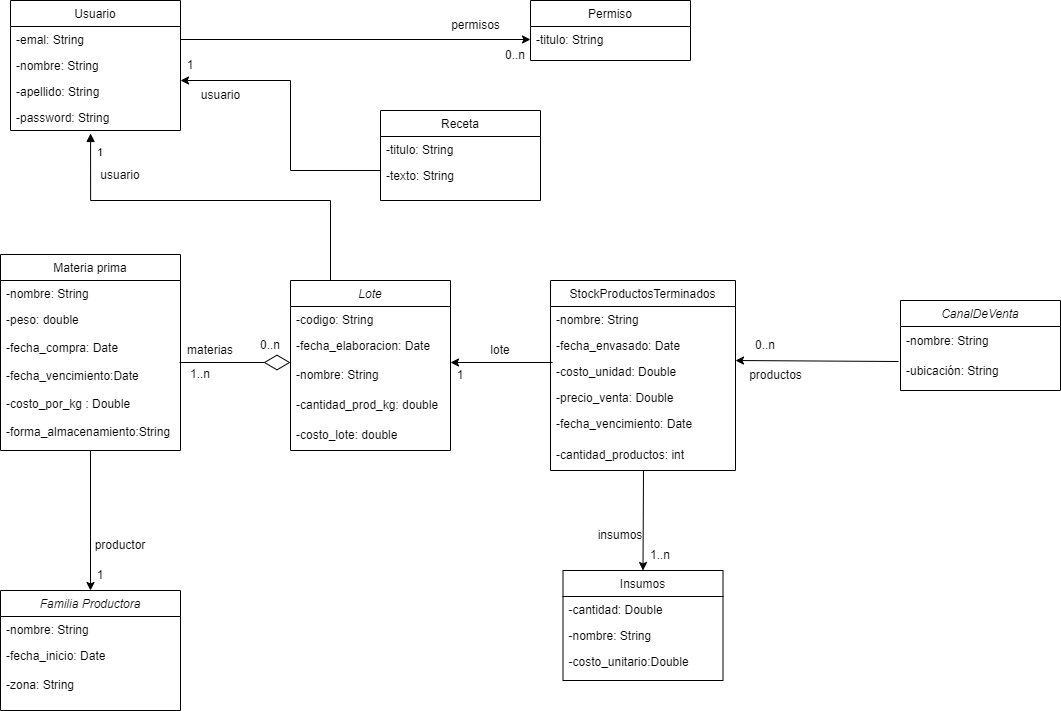
The draw.io diagram EsquemaClasesJyAA.png in federicoherce/jyaa2024_grupo9, before a commit. Source tidied: cells renumbered, new cells last; positions are measured from the earlier drawing's top-left corner, leaving out a move shared by most shapes.
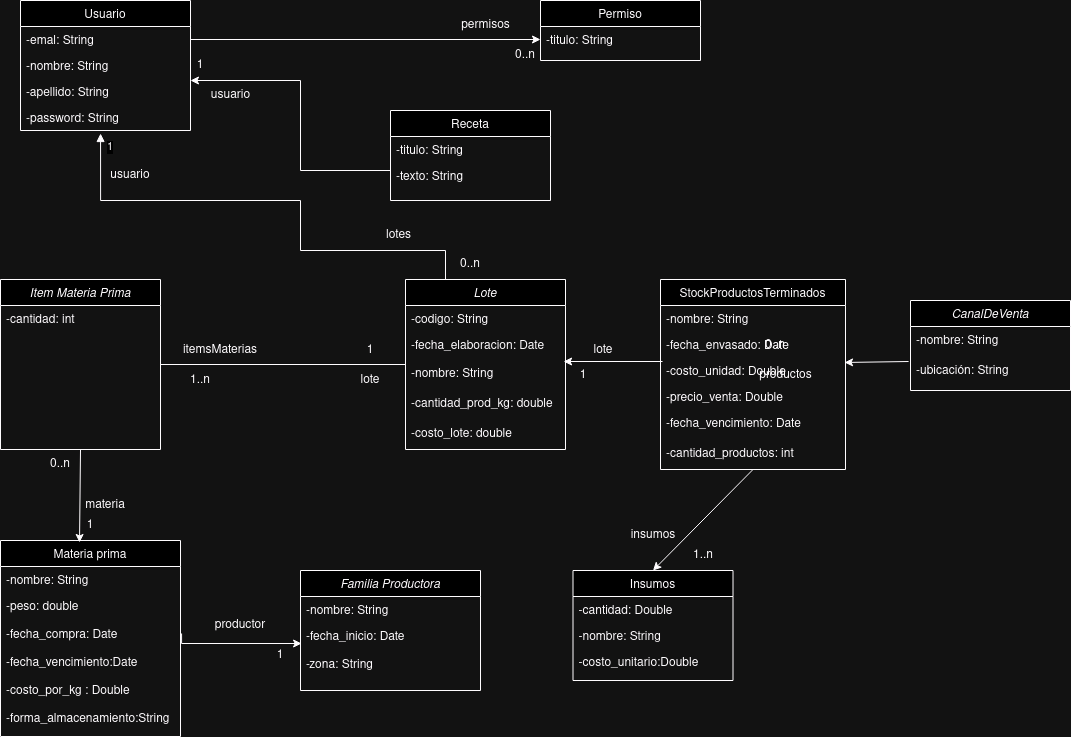
Later version of the same file.

Commit message:
modificacion uml

Change to the diagram source:
```diff
@@ -3,7 +3,7 @@
     <mxCell id="0" />
     <mxCell id="1" parent="0" />
     <mxCell id="2" value="Familia Productora" style="swimlane;fontStyle=2;align=center;verticalAlign=top;horizontal=1;startSize=26;rounded=0;shadow=0;strokeWidth=1;" parent="1" vertex="1">
-      <mxGeometry y="590" width="180" height="120" as="geometry" />
+      <mxGeometry x="290" y="570" width="180" height="120" as="geometry" />
     </mxCell>
     <mxCell id="3" value="-nombre: String" style="text;align=left;verticalAlign=top;spacingLeft=4;spacingRight=4;overflow=hidden;" parent="2" vertex="1">
       <mxGeometry y="26" width="180" height="26" as="geometry" />
@@ -29,11 +29,8 @@
     <mxCell id="10" value="-password: String&#10;" style="text;align=left;verticalAlign=top;spacingLeft=4;spacingRight=4;overflow=hidden;points=[[0,0.5],[1,0.5]];portConstraint=eastwest;rounded=0;shadow=0;html=0;" parent="6" vertex="1">
       <mxGeometry y="104" width="170" height="26" as="geometry" />
     </mxCell>
-    <mxCell id="11" style="edgeStyle=orthogonalEdgeStyle;rounded=0;jettySize=auto;html=1;exitX=0.5;exitY=1;exitDx=0;exitDy=0;entryX=0.5;entryY=0;entryDx=0;entryDy=0;" parent="1" edge="1" source="12" target="2">
-      <mxGeometry relative="1" as="geometry" />
-    </mxCell>
     <mxCell id="12" value="Materia prima" style="swimlane;fontStyle=0;align=center;verticalAlign=top;horizontal=1;startSize=26;rounded=0;shadow=0;strokeWidth=1;" parent="1" vertex="1">
-      <mxGeometry y="254" width="180" height="196" as="geometry" />
+      <mxGeometry x="-10" y="540" width="180" height="196" as="geometry" />
     </mxCell>
     <mxCell id="13" value="-nombre: String" style="text;align=left;verticalAlign=top;spacingLeft=4;spacingRight=4;overflow=hidden;rounded=0;shadow=0;html=0;" parent="12" vertex="1">
       <mxGeometry y="26" width="180" height="26" as="geometry" />
@@ -51,7 +48,7 @@
       <mxGeometry y="52" width="160" height="26" as="geometry" />
     </mxCell>
     <mxCell id="18" value="StockProductosTerminados" style="swimlane;fontStyle=0;align=center;verticalAlign=top;horizontal=1;startSize=26;rounded=0;shadow=0;strokeWidth=1;" parent="1" vertex="1">
-      <mxGeometry x="550" y="280" width="185" height="190" as="geometry" />
+      <mxGeometry x="650" y="279" width="185" height="190" as="geometry" />
     </mxCell>
     <mxCell id="19" value="-nombre: String" style="text;align=left;verticalAlign=top;spacingLeft=4;spacingRight=4;overflow=hidden;" parent="18" vertex="1">
       <mxGeometry y="26" width="185" height="26" as="geometry" />
@@ -72,7 +69,7 @@
       <mxGeometry y="160" width="185" height="30" as="geometry" />
     </mxCell>
     <mxCell id="25" value="Lote" style="swimlane;fontStyle=2;align=center;verticalAlign=top;horizontal=1;startSize=26;rounded=0;shadow=0;strokeWidth=1;" parent="1" vertex="1">
-      <mxGeometry x="290" y="280" width="160" height="170" as="geometry" />
+      <mxGeometry x="395" y="279" width="160" height="170" as="geometry" />
     </mxCell>
     <mxCell id="26" value="-codigo: String" style="text;align=left;verticalAlign=top;spacingLeft=4;spacingRight=4;overflow=hidden;" parent="25" vertex="1">
       <mxGeometry y="26" width="160" height="26" as="geometry" />
@@ -127,67 +124,59 @@
     <mxCell id="41" value="1" style="text;html=1;align=center;verticalAlign=middle;whiteSpace=wrap;rounded=0;" parent="1" vertex="1">
       <mxGeometry x="180" y="50" width="20" height="30" as="geometry" />
     </mxCell>
-    <mxCell id="42" value="materias" style="text;html=1;align=center;verticalAlign=middle;whiteSpace=wrap;rounded=0;" parent="1" vertex="1">
+    <mxCell id="42" value="itemsMaterias" style="text;html=1;align=center;verticalAlign=middle;whiteSpace=wrap;rounded=0;" parent="1" vertex="1">
       <mxGeometry x="180" y="335" width="60" height="30" as="geometry" />
     </mxCell>
-    <mxCell id="43" style="edgeStyle=orthogonalEdgeStyle;rounded=0;jettySize=auto;html=1;exitX=0.011;exitY=0.154;exitDx=0;exitDy=0;exitPerimeter=0;" parent="1" edge="1" source="21">
-      <mxGeometry relative="1" as="geometry">
-        <mxPoint x="450" y="362" as="targetPoint" />
-      </mxGeometry>
+    <mxCell id="43" style="edgeStyle=orthogonalEdgeStyle;rounded=0;jettySize=auto;html=1;exitX=0.011;exitY=0.154;exitDx=0;exitDy=0;exitPerimeter=0;entryX=0.988;entryY=0.067;entryDx=0;entryDy=0;entryPerimeter=0;" parent="1" edge="1" source="21" target="28">
+      <mxGeometry relative="1" as="geometry" />
     </mxCell>
-    <mxCell id="44" style="endArrow=classic;html=1;rounded=0;entryX=0.5;entryY=0;entryDx=0;entryDy=0;" parent="1" edge="1" target="34">
-      <mxGeometry relative="1" as="geometry">
-        <mxPoint x="643" y="470" as="sourcePoint" />
-      </mxGeometry>
+    <mxCell id="44" style="endArrow=classic;html=1;rounded=0;entryX=0.5;entryY=0;entryDx=0;entryDy=0;exitX=0.5;exitY=1;exitDx=0;exitDy=0;" parent="1" edge="1" source="18" target="34">
+      <mxGeometry relative="1" as="geometry" />
     </mxCell>
     <mxCell id="45" value="lote" style="text;html=1;align=center;verticalAlign=middle;whiteSpace=wrap;rounded=0;" parent="1" vertex="1">
-      <mxGeometry x="470" y="335" width="60" height="30" as="geometry" />
+      <mxGeometry x="562.5" y="335" width="60" height="30" as="geometry" />
     </mxCell>
-    <mxCell id="46" style="endArrow=classic;html=1;rounded=0;exitX=-0.012;exitY=1.167;exitDx=0;exitDy=0;exitPerimeter=0;entryX=0;entryY=1;entryDx=0;entryDy=0;" parent="1" edge="1" source="32" target="50">
+    <mxCell id="46" style="endArrow=classic;html=1;rounded=0;exitX=-0.012;exitY=1.167;exitDx=0;exitDy=0;exitPerimeter=0;entryX=0.995;entryY=0.192;entryDx=0;entryDy=0;entryPerimeter=0;" parent="1" edge="1" source="32" target="21">
       <mxGeometry relative="1" as="geometry" />
     </mxCell>
     <mxCell id="47" style="endArrow=block;endFill=1;html=1;edgeStyle=orthogonalEdgeStyle;align=left;verticalAlign=top;rounded=0;entryX=0.471;entryY=1.115;entryDx=0;entryDy=0;exitX=0.25;exitY=0;exitDx=0;exitDy=0;entryPerimeter=0;" parent="1" edge="1" source="25" target="10">
       <mxGeometry x="-1" relative="1" as="geometry">
         <Array as="points">
-          <mxPoint x="330" y="200" />
+          <mxPoint x="435" y="250" />
+          <mxPoint x="290" y="250" />
+          <mxPoint x="290" y="200" />
           <mxPoint x="90" y="200" />
         </Array>
       </mxGeometry>
     </mxCell>
     <mxCell id="48" value="1" style="edgeLabel;html=1;align=left;verticalAlign=bottom;" parent="47" vertex="1">
       <mxGeometry x="-1" relative="1" as="geometry">
-        <mxPoint x="-235" y="-120" as="offset" />
+        <mxPoint x="-340" y="-124" as="offset" />
       </mxGeometry>
     </mxCell>
     <mxCell id="49" value="1..n" style="text;html=1;align=center;verticalAlign=middle;whiteSpace=wrap;rounded=0;" parent="1" vertex="1">
-      <mxGeometry x="170" y="359" width="60" height="30" as="geometry" />
+      <mxGeometry x="160" y="365" width="60" height="30" as="geometry" />
     </mxCell>
     <mxCell id="50" value="0..n" style="text;html=1;align=center;verticalAlign=middle;whiteSpace=wrap;rounded=0;" parent="1" vertex="1">
       <mxGeometry x="735" y="330" width="60" height="30" as="geometry" />
     </mxCell>
     <mxCell id="51" value="productor" style="text;html=1;align=center;verticalAlign=middle;whiteSpace=wrap;rounded=0;" parent="1" vertex="1">
-      <mxGeometry x="90" y="530" width="60" height="30" as="geometry" />
+      <mxGeometry x="200" y="610" width="60" height="30" as="geometry" />
     </mxCell>
     <mxCell id="52" value="1" style="text;html=1;align=center;verticalAlign=middle;whiteSpace=wrap;rounded=0;" parent="1" vertex="1">
-      <mxGeometry x="90" y="560" width="20" height="30" as="geometry" />
+      <mxGeometry x="70" y="510" width="20" height="30" as="geometry" />
     </mxCell>
     <mxCell id="53" value="productos" style="text;html=1;align=center;verticalAlign=middle;strokeColor=none;fillColor=none;" parent="1" vertex="1">
       <mxGeometry x="735" y="360" width="80" height="30" as="geometry" />
     </mxCell>
     <mxCell id="54" value="1..n" style="text;html=1;align=center;verticalAlign=middle;whiteSpace=wrap;rounded=0;" parent="1" vertex="1">
-      <mxGeometry x="630" y="540" width="60" height="30" as="geometry" />
+      <mxGeometry x="662.5" y="540" width="60" height="30" as="geometry" />
     </mxCell>
     <mxCell id="55" value="insumos" style="text;html=1;align=center;verticalAlign=middle;whiteSpace=wrap;rounded=0;" parent="1" vertex="1">
-      <mxGeometry x="590" y="520" width="60" height="30" as="geometry" />
+      <mxGeometry x="612.5" y="520" width="60" height="30" as="geometry" />
     </mxCell>
-    <mxCell id="56" style="endArrow=diamondThin;endFill=0;endSize=24;html=1;rounded=0;entryX=0;entryY=0.067;entryDx=0;entryDy=0;entryPerimeter=0;exitX=0.15;exitY=0.1;exitDx=0;exitDy=0;exitPerimeter=0;" parent="1" edge="1" source="49" target="28">
-      <mxGeometry relative="1" as="geometry" />
-    </mxCell>
-    <mxCell id="57" value="0..n" style="text;html=1;align=center;verticalAlign=middle;whiteSpace=wrap;rounded=0;" parent="1" vertex="1">
-      <mxGeometry x="240" y="330" width="60" height="30" as="geometry" />
-    </mxCell>
     <mxCell id="58" value="1" style="text;html=1;align=center;verticalAlign=middle;whiteSpace=wrap;rounded=0;" parent="1" vertex="1">
-      <mxGeometry x="450" y="360" width="20" height="30" as="geometry" />
+      <mxGeometry x="562.5" y="360" width="20" height="30" as="geometry" />
     </mxCell>
     <mxCell id="59" value="Permiso" style="swimlane;fontStyle=0;align=center;verticalAlign=top;horizontal=1;startSize=26;rounded=0;shadow=0;strokeWidth=1;" parent="1" vertex="1">
       <mxGeometry x="530" width="160" height="60" as="geometry" />
@@ -204,5 +193,45 @@
     <mxCell id="63" value="permisos" style="text;html=1;align=center;verticalAlign=middle;strokeColor=none;fillColor=none;" parent="1" vertex="1">
       <mxGeometry x="440" y="10" width="70" height="30" as="geometry" />
     </mxCell>
+    <mxCell id="64" value="Item Materia Prima" style="swimlane;fontStyle=2;align=center;verticalAlign=top;horizontal=1;startSize=26;rounded=0;shadow=0;strokeWidth=1;" parent="1" vertex="1">
+      <mxGeometry x="-10" y="279" width="160" height="170" as="geometry" />
+    </mxCell>
+    <mxCell id="65" value="-cantidad: int" style="text;align=left;verticalAlign=top;spacingLeft=4;spacingRight=4;overflow=hidden;" parent="64" vertex="1">
+      <mxGeometry y="26" width="160" height="26" as="geometry" />
+    </mxCell>
+    <mxCell id="66" style="edgeStyle=orthogonalEdgeStyle;rounded=0;jettySize=auto;html=1;exitX=1.006;exitY=0.297;exitDx=0;exitDy=0;entryX=0.006;entryY=0.75;entryDx=0;entryDy=0;entryPerimeter=0;exitPerimeter=0;" parent="1" edge="1" source="14" target="4">
+      <mxGeometry relative="1" as="geometry">
+        <Array as="points">
+          <mxPoint x="171" y="643" />
+        </Array>
+      </mxGeometry>
+    </mxCell>
+    <mxCell id="67" style="endArrow=none;html=1;rounded=0;exitX=1;exitY=0.5;exitDx=0;exitDy=0;entryX=0;entryY=0.167;entryDx=0;entryDy=0;entryPerimeter=0;" parent="1" edge="1" source="64" target="28">
+      <mxGeometry relative="1" as="geometry" />
+    </mxCell>
+    <mxCell id="68" value="lote" style="text;html=1;align=center;verticalAlign=middle;whiteSpace=wrap;rounded=0;" parent="1" vertex="1">
+      <mxGeometry x="330" y="365" width="60" height="30" as="geometry" />
+    </mxCell>
+    <mxCell id="69" value="1" style="text;html=1;align=center;verticalAlign=middle;whiteSpace=wrap;rounded=0;" parent="1" vertex="1">
+      <mxGeometry x="330" y="335" width="60" height="30" as="geometry" />
+    </mxCell>
+    <mxCell id="70" style="endArrow=classic;html=1;rounded=0;exitX=0.5;exitY=1;exitDx=0;exitDy=0;entryX=0.439;entryY=0.01;entryDx=0;entryDy=0;entryPerimeter=0;" parent="1" edge="1" source="64" target="12">
+      <mxGeometry relative="1" as="geometry" />
+    </mxCell>
+    <mxCell id="71" value="materia" style="text;html=1;align=center;verticalAlign=middle;whiteSpace=wrap;rounded=0;" parent="1" vertex="1">
+      <mxGeometry x="65" y="490" width="60" height="30" as="geometry" />
+    </mxCell>
+    <mxCell id="72" value="1" style="text;html=1;align=center;verticalAlign=middle;whiteSpace=wrap;rounded=0;" parent="1" vertex="1">
+      <mxGeometry x="240" y="640" width="60" height="30" as="geometry" />
+    </mxCell>
+    <mxCell id="73" value="0..n" style="text;html=1;align=center;verticalAlign=middle;whiteSpace=wrap;rounded=0;" parent="1" vertex="1">
+      <mxGeometry x="20" y="449" width="60" height="30" as="geometry" />
+    </mxCell>
+    <mxCell id="74" value="lotes" style="text;strokeColor=none;fillColor=none;align=left;verticalAlign=middle;spacingLeft=4;spacingRight=4;overflow=hidden;whiteSpace=wrap;html=1;" parent="1" vertex="1">
+      <mxGeometry x="370" y="220" width="80" height="30" as="geometry" />
+    </mxCell>
+    <mxCell id="75" value="0..n" style="text;html=1;align=center;verticalAlign=middle;whiteSpace=wrap;rounded=0;" parent="1" vertex="1">
+      <mxGeometry x="430" y="249" width="60" height="30" as="geometry" />
+    </mxCell>
   </root>
 </mxGraphModel>
```
